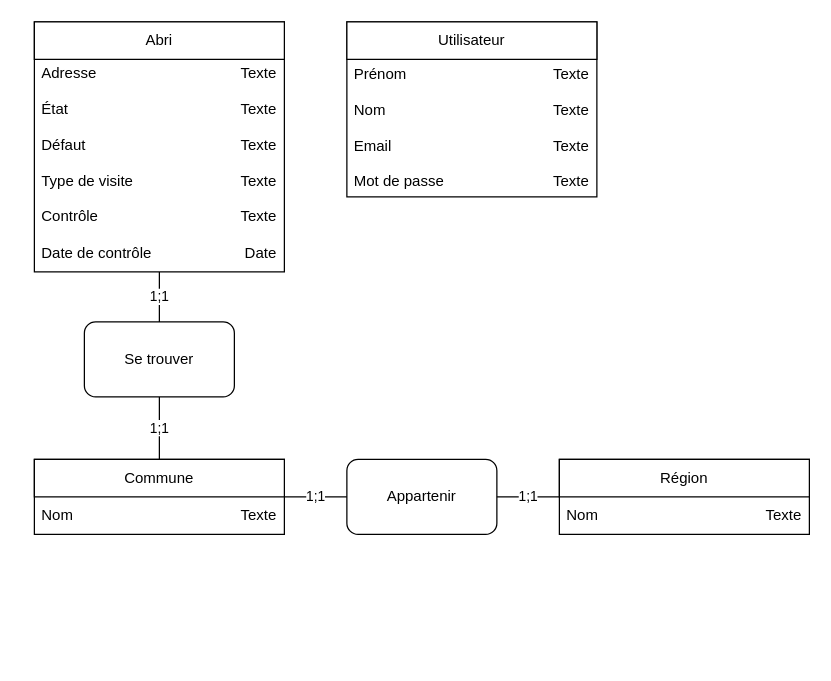
The draw.io diagram Documentations/MCD.drawio in StojilovicIvan/PreTPI23, before the edit. Source tidied: cells renumbered, new cells numbered last; positions are measured from the earlier drawing's top-left corner, leaving out a move shared by most shapes. Both pictures are drawn from the tidied source at 125%, with x=0, y=0 at pixel (34, 21).
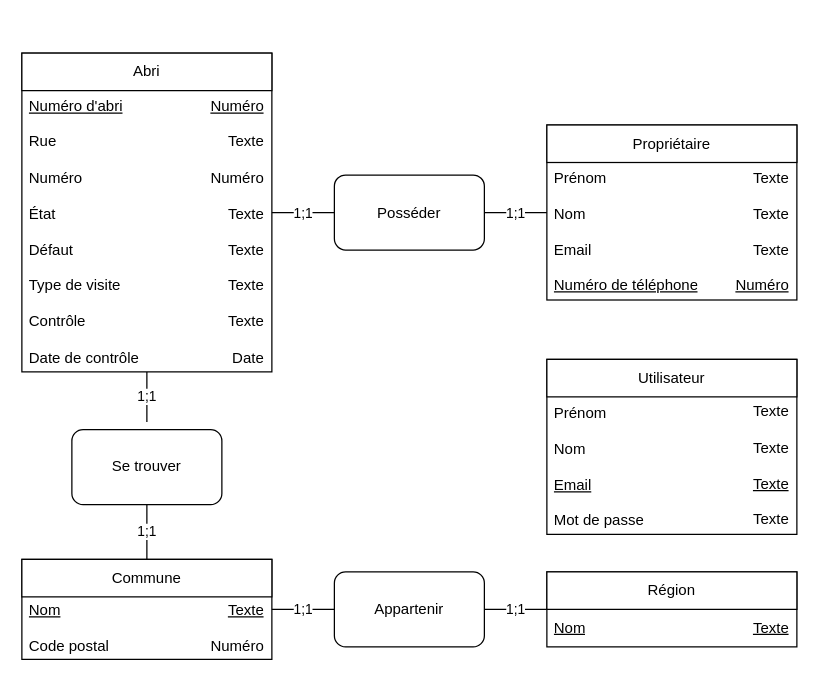
The same page after the edit.

Diff of the diagram source:
```diff
@@
     <mxCell id="2" style="rounded=0;whiteSpace=wrap;html=1;" parent="1" vertex="1">
-      <mxGeometry x="250" width="200" height="140" as="geometry" />
+      <mxGeometry x="410" y="270" width="200" height="140" as="geometry" />
     </mxCell>
     <mxCell id="3" value="Utilisateur" style="rounded=0;whiteSpace=wrap;html=1;" parent="1" vertex="1">
-      <mxGeometry x="250" width="200" height="30" as="geometry" />
+      <mxGeometry x="410" y="270" width="200" height="30" as="geometry" />
     </mxCell>
-    <mxCell id="4" value="Prénom&lt;br&gt;&lt;br&gt;Nom&lt;br&gt;&lt;br&gt;Email&lt;br&gt;&lt;br&gt;Mot de passe" style="text;strokeColor=none;fillColor=none;align=left;verticalAlign=middle;spacingLeft=4;spacingRight=4;overflow=hidden;whiteSpace=wrap;html=1;" parent="1" vertex="1">
-      <mxGeometry x="250" y="30" width="90" height="110" as="geometry" />
+    <mxCell id="4" value="Prénom&lt;br&gt;&lt;br&gt;Nom&lt;br&gt;&lt;br&gt;&lt;u&gt;Email&lt;/u&gt;&lt;br&gt;&lt;br&gt;Mot de passe" style="text;strokeColor=none;fillColor=none;align=left;verticalAlign=middle;spacingLeft=4;spacingRight=4;overflow=hidden;whiteSpace=wrap;html=1;" parent="1" vertex="1">
+      <mxGeometry x="410" y="301.2" width="90" height="110" as="geometry" />
     </mxCell>
-    <mxCell id="5" value="Texte&lt;br&gt;&lt;br&gt;Texte&lt;br&gt;&lt;br&gt;Texte&lt;br&gt;&lt;br&gt;Texte" style="text;strokeColor=none;fillColor=none;align=right;verticalAlign=middle;spacingLeft=4;spacingRight=4;overflow=hidden;whiteSpace=wrap;html=1;" parent="1" vertex="1">
-      <mxGeometry x="370" y="30" width="80" height="110" as="geometry" />
+    <mxCell id="5" value="Texte&lt;br&gt;&lt;br&gt;Texte&lt;br&gt;&lt;br&gt;&lt;u&gt;Texte&lt;/u&gt;&lt;br&gt;&lt;br&gt;Texte" style="text;strokeColor=none;fillColor=none;align=right;verticalAlign=middle;spacingLeft=4;spacingRight=4;overflow=hidden;whiteSpace=wrap;html=1;" parent="1" vertex="1">
+      <mxGeometry x="530" y="300" width="80" height="110" as="geometry" />
     </mxCell>
     <mxCell id="6" style="rounded=0;whiteSpace=wrap;html=1;" parent="1" vertex="1">
-      <mxGeometry width="200" height="200" as="geometry" />
+      <mxGeometry x="-10" y="25" width="200" height="255" as="geometry" />
     </mxCell>
     <mxCell id="7" value="Abri" style="rounded=0;whiteSpace=wrap;html=1;" parent="1" vertex="1">
-      <mxGeometry width="200" height="30" as="geometry" />
+      <mxGeometry x="-10" y="25" width="200" height="30" as="geometry" />
     </mxCell>
-    <mxCell id="8" value="Adresse&lt;br&gt;&lt;br&gt;État&lt;br&gt;&lt;br&gt;Défaut&lt;br&gt;&lt;br&gt;Type de visite&lt;br&gt;&lt;br&gt;Contrôle&lt;br&gt;&lt;br&gt;Date de contrôle" style="text;strokeColor=none;fillColor=none;align=left;verticalAlign=middle;spacingLeft=4;spacingRight=4;overflow=hidden;whiteSpace=wrap;html=1;" parent="1" vertex="1">
-      <mxGeometry y="30" width="100" height="165" as="geometry" />
+    <mxCell id="8" value="&lt;u&gt;Numéro d'abri&lt;br&gt;&lt;/u&gt;&lt;br&gt;Rue&lt;br&gt;&lt;br&gt;Numéro&lt;br&gt;&lt;br&gt;État&lt;br&gt;&lt;br&gt;Défaut&lt;br&gt;&lt;br&gt;Type de visite&lt;br&gt;&lt;br&gt;Contrôle&lt;br&gt;&lt;br&gt;Date de contrôle" style="text;strokeColor=none;fillColor=none;align=left;verticalAlign=middle;spacingLeft=4;spacingRight=4;overflow=hidden;whiteSpace=wrap;html=1;" parent="1" vertex="1">
+      <mxGeometry x="-10" y="56.2" width="100" height="223.8" as="geometry" />
     </mxCell>
-    <mxCell id="9" value="Texte&lt;br&gt;&lt;br&gt;Texte&lt;br&gt;&lt;br&gt;Texte&lt;br&gt;&lt;br&gt;Texte&lt;br&gt;&lt;br&gt;Texte&lt;br&gt;&lt;br&gt;Date" style="text;strokeColor=none;fillColor=none;align=right;verticalAlign=middle;spacingLeft=4;spacingRight=4;overflow=hidden;whiteSpace=wrap;html=1;" parent="1" vertex="1">
-      <mxGeometry x="100" y="30" width="100" height="165" as="geometry" />
+    <mxCell id="9" value="&lt;u&gt;Numéro&lt;/u&gt;&lt;br&gt;&lt;br&gt;Texte&lt;br&gt;&lt;br&gt;Numéro&lt;br&gt;&lt;br&gt;Texte&lt;br&gt;&lt;br&gt;Texte&lt;br&gt;&lt;br&gt;Texte&lt;br&gt;&lt;br&gt;Texte&lt;br&gt;&lt;br&gt;Date" style="text;strokeColor=none;fillColor=none;align=right;verticalAlign=middle;spacingLeft=4;spacingRight=4;overflow=hidden;whiteSpace=wrap;html=1;" parent="1" vertex="1">
+      <mxGeometry x="90" y="55" width="100" height="225" as="geometry" />
     </mxCell>
     <mxCell id="10" style="rounded=0;whiteSpace=wrap;html=1;" parent="1" vertex="1">
-      <mxGeometry y="350" width="200" height="60" as="geometry" />
+      <mxGeometry x="-10" y="430" width="200" height="80" as="geometry" />
     </mxCell>
     <mxCell id="11" value="Commune" style="rounded=0;whiteSpace=wrap;html=1;" parent="1" vertex="1">
-      <mxGeometry y="350" width="200" height="30" as="geometry" />
+      <mxGeometry x="-10" y="430" width="200" height="30" as="geometry" />
     </mxCell>
-    <mxCell id="12" value="Nom" style="text;strokeColor=none;fillColor=none;align=left;verticalAlign=middle;spacingLeft=4;spacingRight=4;overflow=hidden;whiteSpace=wrap;html=1;" parent="1" vertex="1">
-      <mxGeometry y="380" width="100" height="30" as="geometry" />
+    <mxCell id="12" value="&lt;u&gt;Nom&lt;/u&gt;&lt;br&gt;&lt;br&gt;Code postal" style="text;strokeColor=none;fillColor=none;align=left;verticalAlign=middle;spacingLeft=4;spacingRight=4;overflow=hidden;whiteSpace=wrap;html=1;" parent="1" vertex="1">
+      <mxGeometry x="-10" y="460" width="100" height="50" as="geometry" />
     </mxCell>
-    <mxCell id="13" value="Texte" style="text;strokeColor=none;fillColor=none;align=right;verticalAlign=middle;spacingLeft=4;spacingRight=4;overflow=hidden;whiteSpace=wrap;html=1;" parent="1" vertex="1">
-      <mxGeometry x="100" y="380" width="100" height="30" as="geometry" />
+    <mxCell id="13" value="&lt;u&gt;Texte&lt;/u&gt;&lt;br&gt;&lt;br&gt;Numéro" style="text;strokeColor=none;fillColor=none;align=right;verticalAlign=middle;spacingLeft=4;spacingRight=4;overflow=hidden;whiteSpace=wrap;html=1;" parent="1" vertex="1">
+      <mxGeometry x="90" y="460" width="100" height="50" as="geometry" />
     </mxCell>
     <mxCell id="14" style="rounded=0;whiteSpace=wrap;html=1;" parent="1" vertex="1">
-      <mxGeometry x="420" y="350" width="200" height="60" as="geometry" />
+      <mxGeometry x="410" y="440" width="200" height="60" as="geometry" />
     </mxCell>
     <mxCell id="15" value="Région" style="rounded=0;whiteSpace=wrap;html=1;" parent="1" vertex="1">
-      <mxGeometry x="420" y="350" width="200" height="30" as="geometry" />
+      <mxGeometry x="410" y="440" width="200" height="30" as="geometry" />
     </mxCell>
-    <mxCell id="16" value="Nom" style="text;strokeColor=none;fillColor=none;align=left;verticalAlign=middle;spacingLeft=4;spacingRight=4;overflow=hidden;whiteSpace=wrap;html=1;" parent="1" vertex="1">
-      <mxGeometry x="420" y="380" width="100" height="30" as="geometry" />
+    <mxCell id="16" value="&lt;u&gt;Nom&lt;/u&gt;" style="text;strokeColor=none;fillColor=none;align=left;verticalAlign=middle;spacingLeft=4;spacingRight=4;overflow=hidden;whiteSpace=wrap;html=1;" parent="1" vertex="1">
+      <mxGeometry x="410" y="470" width="100" height="30" as="geometry" />
     </mxCell>
-    <mxCell id="17" value="Texte" style="text;strokeColor=none;fillColor=none;align=right;verticalAlign=middle;spacingLeft=4;spacingRight=4;overflow=hidden;whiteSpace=wrap;html=1;" parent="1" vertex="1">
-      <mxGeometry x="520" y="380" width="100" height="30" as="geometry" />
+    <mxCell id="17" value="&lt;u&gt;Texte&lt;/u&gt;" style="text;strokeColor=none;fillColor=none;align=right;verticalAlign=middle;spacingLeft=4;spacingRight=4;overflow=hidden;whiteSpace=wrap;html=1;" parent="1" vertex="1">
+      <mxGeometry x="510" y="470" width="100" height="30" as="geometry" />
     </mxCell>
     <mxCell id="18" value="Se trouver" style="rounded=1;whiteSpace=wrap;html=1;" parent="1" vertex="1">
-      <mxGeometry x="40" y="240" width="120" height="60" as="geometry" />
+      <mxGeometry x="30" y="326.2" width="120" height="60" as="geometry" />
     </mxCell>
     <mxCell id="19" value="1;1" style="endArrow=none;html=1;rounded=0;entryX=0.5;entryY=1;entryDx=0;entryDy=0;" parent="1" edge="1" target="6">
       <mxGeometry relative="1" as="geometry">
-        <mxPoint x="100" y="240" as="sourcePoint" />
+        <mxPoint x="90" y="320" as="sourcePoint" />
       </mxGeometry>
     </mxCell>
     <mxCell id="20" value="Appartenir" style="rounded=1;whiteSpace=wrap;html=1;" parent="1" vertex="1">
-      <mxGeometry x="250" y="350" width="120" height="60" as="geometry" />
+      <mxGeometry x="240" y="440" width="120" height="60" as="geometry" />
     </mxCell>
     <mxCell id="21" value="1;1" style="endArrow=none;html=1;rounded=0;entryX=0.5;entryY=1;entryDx=0;entryDy=0;" parent="1" edge="1" target="18">
       <mxGeometry relative="1" as="geometry">
-        <mxPoint x="100" y="350" as="sourcePoint" />
+        <mxPoint x="90" y="430" as="sourcePoint" />
       </mxGeometry>
     </mxCell>
@@
+    <mxCell id="24" style="rounded=0;whiteSpace=wrap;html=1;" parent="1" vertex="1">
+      <mxGeometry x="410" y="82.5" width="200" height="140" as="geometry" />
+    </mxCell>
+    <mxCell id="25" value="Propriétaire" style="rounded=0;whiteSpace=wrap;html=1;" parent="1" vertex="1">
+      <mxGeometry x="410" y="82.5" width="200" height="30" as="geometry" />
+    </mxCell>
+    <mxCell id="26" value="Prénom&lt;br&gt;&lt;br&gt;Nom&lt;br&gt;&lt;br&gt;Email&lt;br&gt;&lt;br&gt;&lt;u&gt;Numéro de téléphone&lt;/u&gt;" style="text;strokeColor=none;fillColor=none;align=left;verticalAlign=middle;spacingLeft=4;spacingRight=4;overflow=hidden;whiteSpace=wrap;html=1;" parent="1" vertex="1">
+      <mxGeometry x="410" y="112.5" width="130" height="110" as="geometry" />
+    </mxCell>
+    <mxCell id="27" value="Texte&lt;br&gt;&lt;br&gt;Texte&lt;br&gt;&lt;br&gt;Texte&lt;br&gt;&lt;br&gt;&lt;u&gt;Numéro&lt;/u&gt;" style="text;strokeColor=none;fillColor=none;align=right;verticalAlign=middle;spacingLeft=4;spacingRight=4;overflow=hidden;whiteSpace=wrap;html=1;" parent="1" vertex="1">
+      <mxGeometry x="530" y="112.5" width="80" height="110" as="geometry" />
+    </mxCell>
+    <mxCell id="28" value="Posséder" style="rounded=1;whiteSpace=wrap;html=1;" parent="1" vertex="1">
+      <mxGeometry x="240" y="122.5" width="120" height="60" as="geometry" />
+    </mxCell>
+    <mxCell id="29" value="1;1" style="endArrow=none;html=1;rounded=0;entryX=0;entryY=0.5;entryDx=0;entryDy=0;exitX=1;exitY=0.5;exitDx=0;exitDy=0;" parent="1" edge="1" source="28" target="24">
+      <mxGeometry relative="1" as="geometry" />
+    </mxCell>
+    <mxCell id="30" value="1;1" style="endArrow=none;html=1;rounded=0;entryX=0;entryY=0.5;entryDx=0;entryDy=0;exitX=1;exitY=0.5;exitDx=0;exitDy=0;" parent="1" edge="1" source="6" target="28">
+      <mxGeometry relative="1" as="geometry" />
+    </mxCell>
```
